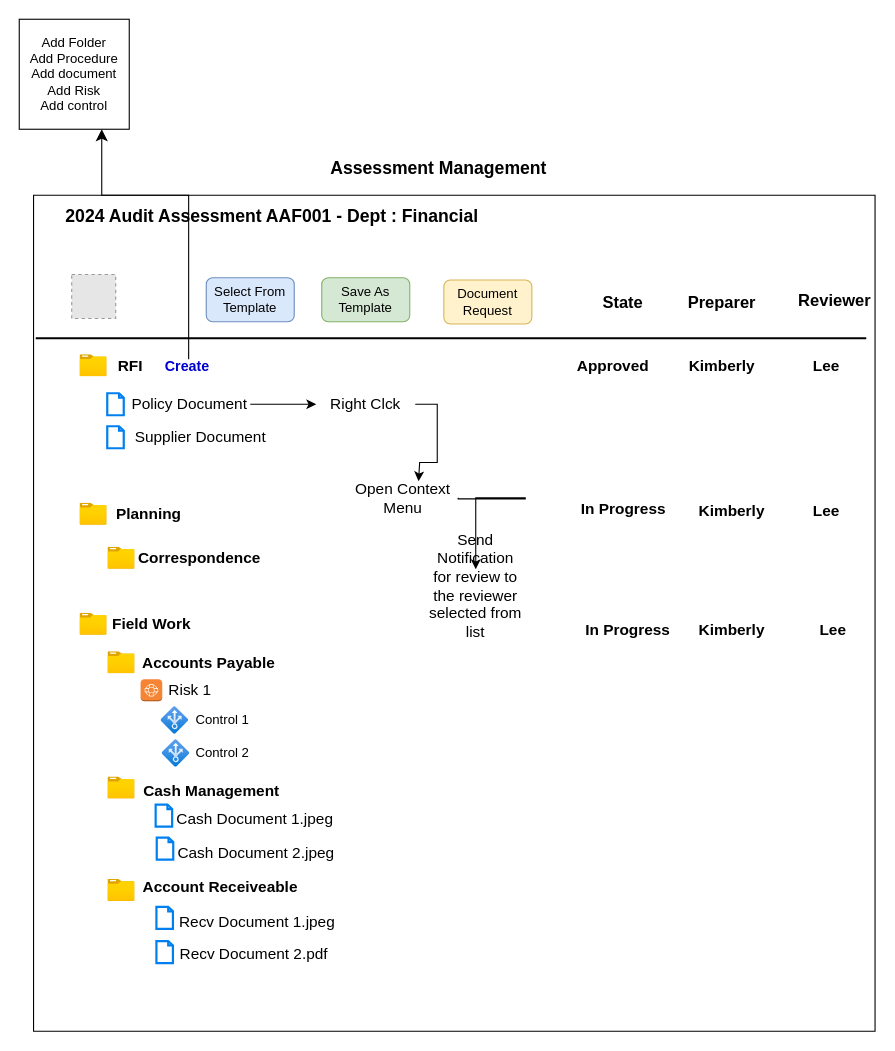
This is page "Workflow" (3 of 4) of internal_audit.drawio from AvikM1996/draw.io, a draw.io file, before an edit. Source tidied: cells renumbered, new cells numbered last; positions are measured from the earlier drawing's top-left corner, leaving out a move shared by most shapes. Both pictures are drawn from the tidied source at 110%, with x=0, y=0 at pixel (19, 19). Pictures stored in the file or linked from it are replaced by grey dashed boxes.
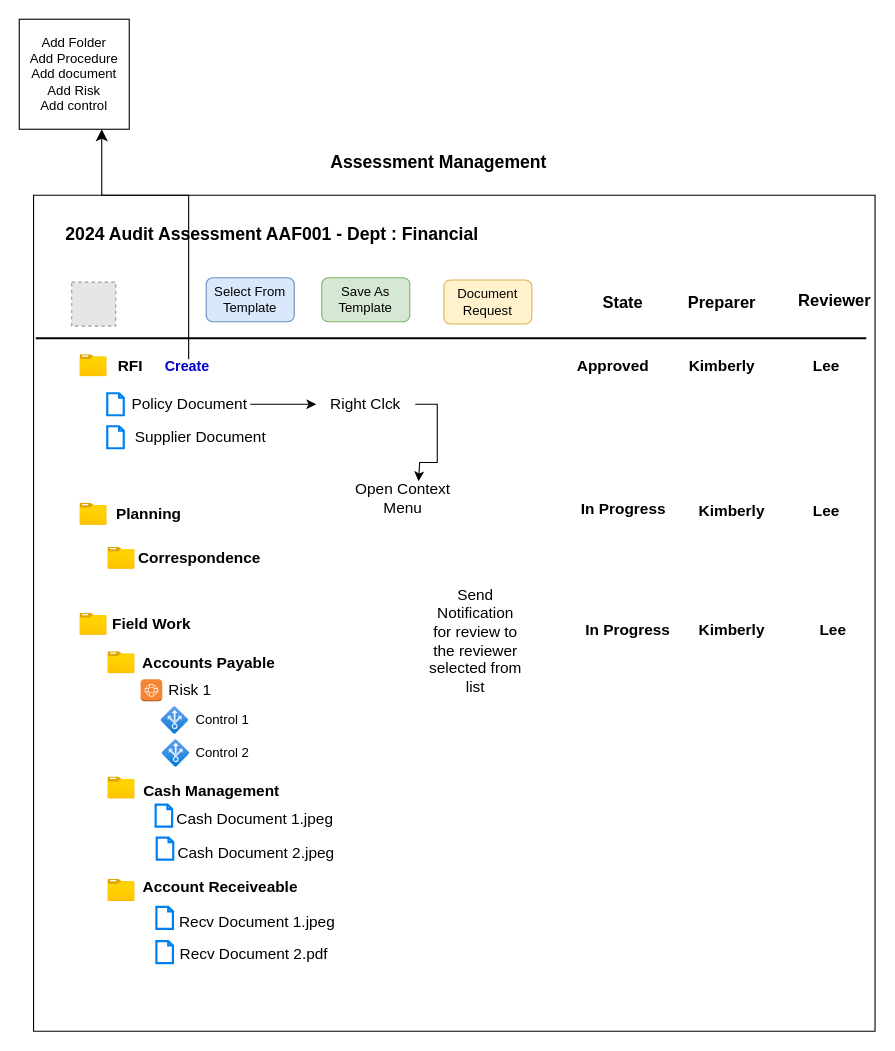
Above is the later version.

The edit, as a diff of the source:
```diff
@@
     <mxCell id="2" value="&lt;b&gt;&lt;font style=&quot;font-size: 16px;&quot;&gt;Assessment Management&lt;/font&gt;&lt;/b&gt;" style="text;html=1;align=center;verticalAlign=middle;strokeColor=none;fillColor=none;" parent="1" vertex="1">
-      <mxGeometry x="271" y="120" width="220" height="30" as="geometry" />
+      <mxGeometry x="271" y="115" width="220" height="30" as="geometry" />
     </mxCell>
@@
     <mxCell id="4" style="fillColor=#E6E6E6;strokeColor=#999999;dashed=1;html=1;verticalAlign=top;verticalLabelPosition=bottom;labelBackgroundColor=#ffffff;" parent="1" vertex="1">
-      <mxGeometry x="47.7" y="232" width="40" height="40" as="geometry" />
+      <mxGeometry x="47.7" y="239" width="40" height="40" as="geometry" />
     </mxCell>
@@
-    <mxCell id="53" style="edgeStyle=orthogonalEdgeStyle;rounded=0;jettySize=auto;html=1;" parent="1" edge="1" target="55">
-      <mxGeometry relative="1" as="geometry">
-        <mxPoint x="399" y="435" as="sourcePoint" />
-        <Array as="points">
-          <mxPoint x="399" y="436" />
-          <mxPoint x="460" y="436" />
-          <mxPoint x="460" y="435" />
-          <mxPoint x="415" y="435" />
-        </Array>
-      </mxGeometry>
-    </mxCell>
@@
     <mxCell id="55" value="Send Notification for review to the reviewer selected from list" style="text;html=1;align=center;verticalAlign=middle;whiteSpace=wrap;rounded=0;fontSize=14;" parent="1" vertex="1">
-      <mxGeometry x="370" y="500" width="90" height="30" as="geometry" />
+      <mxGeometry x="370" y="550" width="90" height="30" as="geometry" />
     </mxCell>
@@
     <mxCell id="58" value="&lt;b&gt;&lt;font style=&quot;font-size: 16px;&quot;&gt;2024 Audit Assessment AAF001 - Dept : Financial&lt;/font&gt;&lt;/b&gt;" style="text;html=1;align=center;verticalAlign=middle;whiteSpace=wrap;rounded=0;" parent="1" vertex="1">
-      <mxGeometry y="164" width="460" height="30" as="geometry" />
+      <mxGeometry y="180" width="460" height="30" as="geometry" />
     </mxCell>
```
